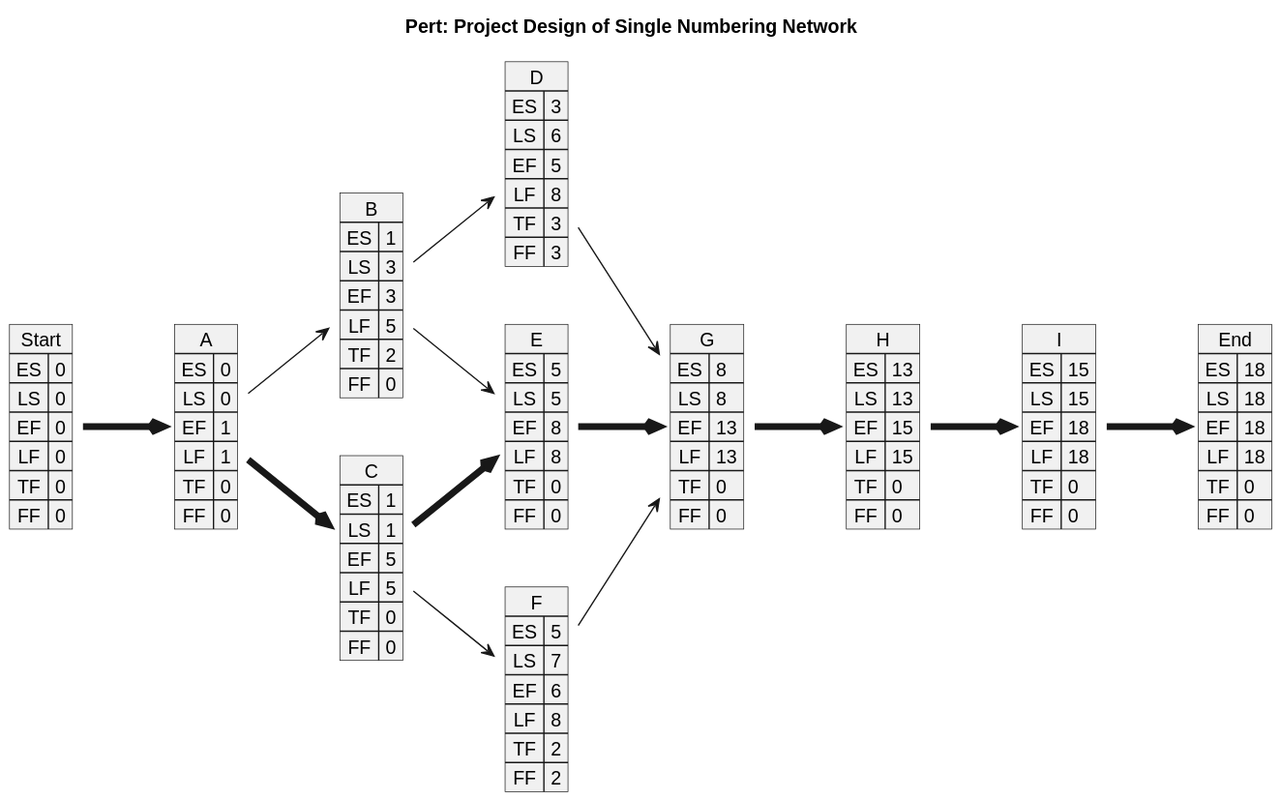
SCWM-P/PM_code_LLM_plantuml keeps this PlantUML diagram as __temp__/PERT_sNN.svg. Above is the earlier version.
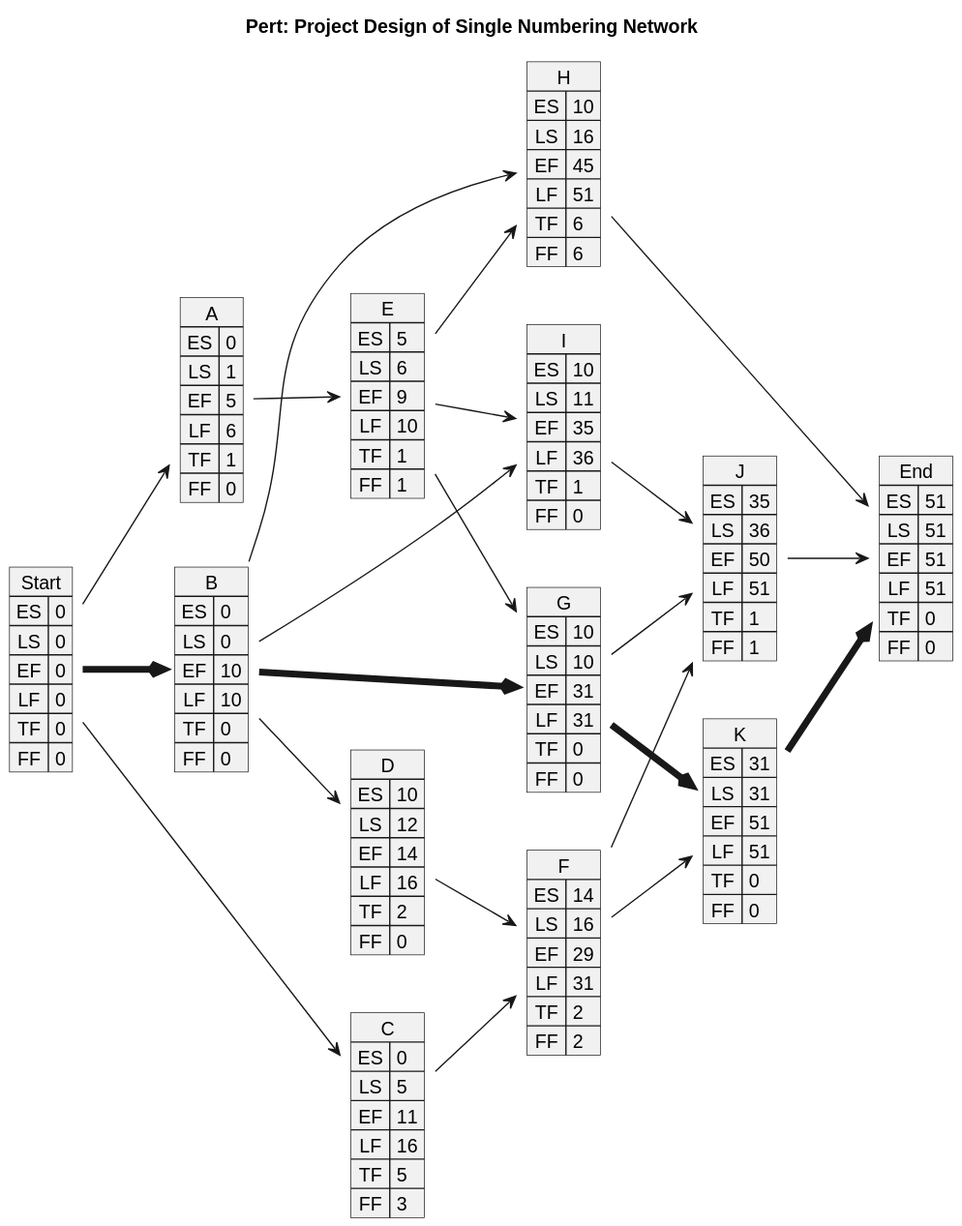
After the change.

What changed in the source:
```diff
@@ -11,95 +11,119 @@
 }
 map A {
     ES => 0
+    LS => 1
+    EF => 5
+    LF => 6
+    TF => 1
+    FF => 0
+}
+map B {
+    ES => 0
     LS => 0
-    EF => 1
-    LF => 1
+    EF => 10
+    LF => 10
     TF => 0
     FF => 0
 }
-map B {
-    ES => 1
-    LS => 3
-    EF => 3
-    LF => 5
+map C {
+    ES => 0
+    LS => 5
+    EF => 11
+    LF => 16
+    TF => 5
+    FF => 3
+}
+map D {
+    ES => 10
+    LS => 12
+    EF => 14
+    LF => 16
     TF => 2
     FF => 0
 }
-map C {
-    ES => 1
-    LS => 1
-    EF => 5
-    LF => 5
-    TF => 0
-    FF => 0
-}
-map D {
-    ES => 3
-    LS => 6
-    EF => 5
-    LF => 8
-    TF => 3
-    FF => 3
-}
 map E {
     ES => 5
-    LS => 5
-    EF => 8
-    LF => 8
-    TF => 0
-    FF => 0
+    LS => 6
+    EF => 9
+    LF => 10
+    TF => 1
+    FF => 1
 }
 map F {
-    ES => 5
-    LS => 7
-    EF => 6
-    LF => 8
+    ES => 14
+    LS => 16
+    EF => 29
+    LF => 31
     TF => 2
     FF => 2
 }
 map G {
-    ES => 8
-    LS => 8
-    EF => 13
-    LF => 13
+    ES => 10
+    LS => 10
+    EF => 31
+    LF => 31
     TF => 0
     FF => 0
 }
 map H {
-    ES => 13
-    LS => 13
-    EF => 15
-    LF => 15
-    TF => 0
+    ES => 10
+    LS => 16
+    EF => 45
+    LF => 51
+    TF => 6
+    FF => 6
+}
+map I {
+    ES => 10
+    LS => 11
+    EF => 35
+    LF => 36
+    TF => 1
     FF => 0
 }
-map I {
-    ES => 15
-    LS => 15
-    EF => 18
-    LF => 18
+map J {
+    ES => 35
+    LS => 36
+    EF => 50
+    LF => 51
+    TF => 1
+    FF => 1
+}
+map K {
+    ES => 31
+    LS => 31
+    EF => 51
+    LF => 51
     TF => 0
     FF => 0
 }
 map End {
-    ES => 18
-    LS => 18
-    EF => 18
-    LF => 18
+    ES => 51
+    LS => 51
+    EF => 51
+    LF => 51
     TF => 0
     FF => 0
 }
-Start -[thickness=5]-> A
-A --> B
-A -[thickness=5]-> C
+Start --> A
+Start -[thickness=5]-> B
+Start --> C
 B --> D
-B --> E
-C -[thickness=5]-> E
+A --> E
 C --> F
-D --> G
-E -[thickness=5]-> G
-F --> G
-G -[thickness=5]-> H
-H -[thickness=5]-> I
-I -[thickness=5]-> End
+D --> F
+B -[thickness=5]-> G
+E --> G
+B --> H
+E --> H
+B --> I
+E --> I
+F --> J
+G --> J
+I --> J
+F --> K
+G -[thickness=5]-> K
+H --> End
+J --> End
+K -[thickness=5]-> End
 @enduml
```
